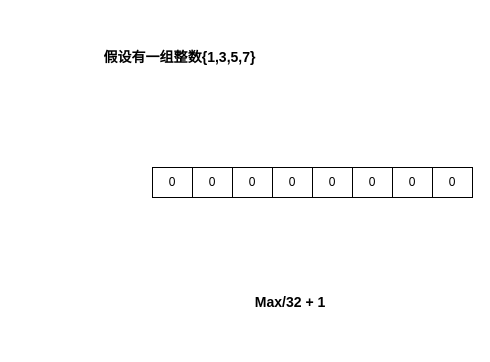
mineminemine123/work-wiki keeps this draw.io diagram as bitMap原理.drawio. Above is the earlier version. Source tidied: cells renumbered, new cells numbered last; positions are measured from the earlier drawing's top-left corner, leaving out a move shared by most shapes. Both pictures are drawn from the tidied source at 100%, with x=0, y=0 at pixel (17, 17).
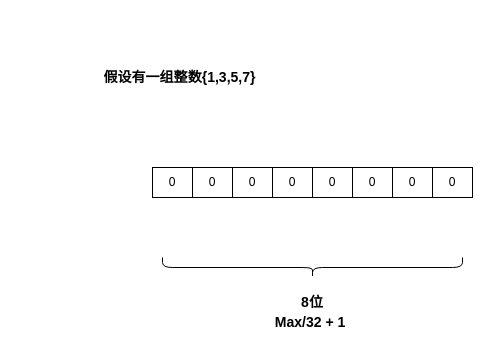
Above is the later version.

What changed in the source:
```diff
@@
 <mxGraphModel>
   <root>
     <mxCell id="0" />
     <mxCell id="1" parent="0" />
     <mxCell id="2" value="0" style="rounded=0;whiteSpace=wrap;html=1;" parent="1" vertex="1">
       <mxGeometry x="175" y="150" width="40" height="30" as="geometry" />
     </mxCell>
     <mxCell id="3" value="0" style="rounded=0;whiteSpace=wrap;html=1;" parent="1" vertex="1">
       <mxGeometry x="215" y="150" width="40" height="30" as="geometry" />
     </mxCell>
     <mxCell id="4" value="0" style="rounded=0;whiteSpace=wrap;html=1;" parent="1" vertex="1">
       <mxGeometry x="255" y="150" width="40" height="30" as="geometry" />
     </mxCell>
     <mxCell id="5" value="0" style="rounded=0;whiteSpace=wrap;html=1;" parent="1" vertex="1">
       <mxGeometry x="295" y="150" width="40" height="30" as="geometry" />
     </mxCell>
     <mxCell id="6" value="0" style="rounded=0;whiteSpace=wrap;html=1;" parent="1" vertex="1">
       <mxGeometry x="335" y="150" width="40" height="30" as="geometry" />
     </mxCell>
     <mxCell id="7" value="0" style="rounded=0;whiteSpace=wrap;html=1;" parent="1" vertex="1">
       <mxGeometry x="375" y="150" width="40" height="30" as="geometry" />
     </mxCell>
     <mxCell id="8" value="0" style="rounded=0;whiteSpace=wrap;html=1;" parent="1" vertex="1">
       <mxGeometry x="415" y="150" width="40" height="30" as="geometry" />
     </mxCell>
     <mxCell id="9" value="0" style="rounded=0;whiteSpace=wrap;html=1;" parent="1" vertex="1">
       <mxGeometry x="135" y="150" width="40" height="30" as="geometry" />
     </mxCell>
     <mxCell id="10" value="&lt;h3&gt;假设有一组整数{1,3,5,7}&lt;/h3&gt;" style="text;html=1;strokeColor=none;fillColor=none;align=center;verticalAlign=middle;whiteSpace=wrap;rounded=0;" parent="1" vertex="1">
-      <mxGeometry width="325" height="80" as="geometry" />
+      <mxGeometry y="20" width="325" height="80" as="geometry" />
     </mxCell>
     <mxCell id="11" value="&lt;h3&gt;Max/32 + 1&amp;nbsp;&lt;/h3&gt;" style="text;html=1;strokeColor=none;fillColor=none;align=center;verticalAlign=middle;whiteSpace=wrap;rounded=0;" parent="1" vertex="1">
-      <mxGeometry x="225" y="270" width="100" height="30" as="geometry" />
+      <mxGeometry x="245" y="290" width="100" height="30" as="geometry" />
     </mxCell>
+    <mxCell id="12" style="shape=curlyBracket;whiteSpace=wrap;html=1;rounded=1;flipH=1;rotation=90;" parent="1" vertex="1">
+      <mxGeometry x="285" y="100" width="20" height="300" as="geometry" />
+    </mxCell>
+    <mxCell id="13" value="&lt;h3&gt;8位&lt;/h3&gt;" style="text;html=1;strokeColor=none;fillColor=none;align=center;verticalAlign=middle;whiteSpace=wrap;rounded=0;" parent="1" vertex="1">
+      <mxGeometry x="265" y="270" width="60" height="30" as="geometry" />
+    </mxCell>
   </root>
 </mxGraphModel>
```
